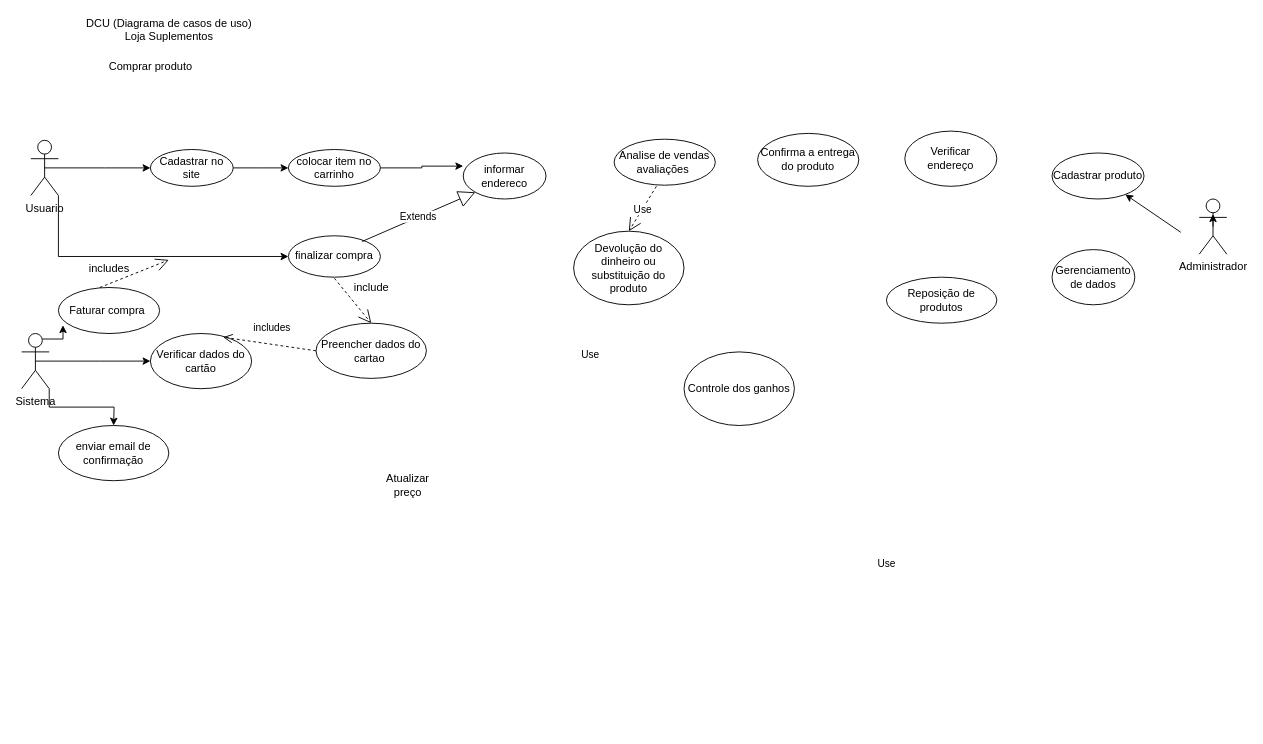
Before: Documentação/dcu.drawio in rafaeltieppo/RVGSuplementos, a draw.io diagram. Source tidied: cells renumbered, new cells numbered last; positions are measured from the earlier drawing's top-left corner, leaving out a move shared by most shapes. Both pictures are drawn from the tidied source at 92%, with x=0, y=0 at pixel (21, 16).
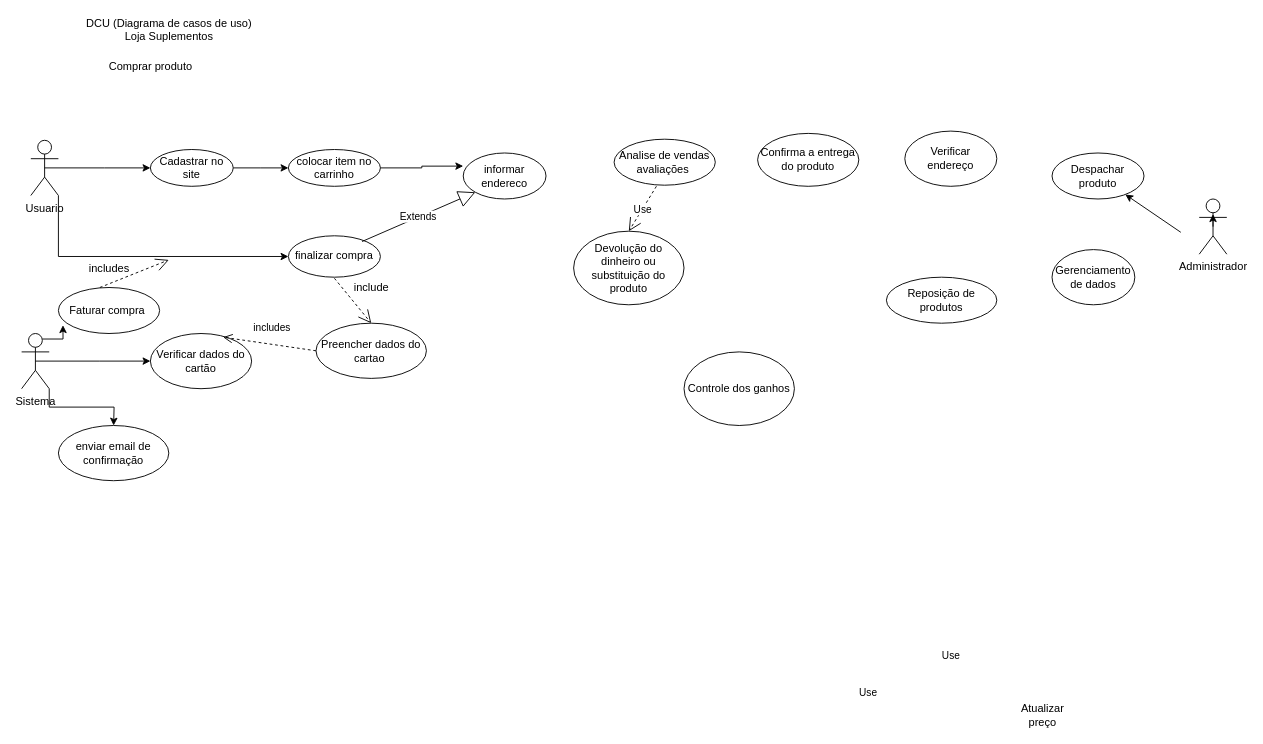
After the change.

The change refers to these unchanged cells:
```xml
<mxCell id="17" value="Preencher dados do cartao&amp;nbsp;" style="ellipse;whiteSpace=wrap;html=1;" parent="1" vertex="1">
  <mxGeometry x="320" y="333.8" width="120" height="60" as="geometry" />
</mxCell>
```

Change to the diagram source:
```diff
@@
     <mxCell id="21" value="Use" style="endArrow=open;endSize=12;dashed=1;html=1;rounded=0;" parent="1" edge="1">
-      <mxGeometry x="1" y="-847" relative="1" as="geometry">
+      <mxGeometry x="1" y="-894" relative="1" as="geometry">
         <mxPoint x="85" y="295" as="sourcePoint" />
         <mxPoint x="160" y="265" as="targetPoint" />
-        <mxPoint x="465" y="-456" as="offset" />
+        <mxPoint x="428" y="-360" as="offset" />
       </mxGeometry>
     </mxCell>
@@
     <mxCell id="23" value="Use" style="endArrow=open;endSize=12;dashed=1;html=1;rounded=0;entryX=0.5;entryY=0;entryDx=0;entryDy=0;" parent="1" edge="1" target="17">
-      <mxGeometry x="1" y="-707" relative="1" as="geometry">
+      <mxGeometry x="1" y="726" relative="1" as="geometry">
         <mxPoint x="340" y="285" as="sourcePoint" />
         <Array as="points">
           <mxPoint x="340" y="285" />
         </Array>
-        <mxPoint x="785" y="-414" as="offset" />
+        <mxPoint x="69" y="822" as="offset" />
       </mxGeometry>
     </mxCell>
@@
     <mxCell id="26" value="Atualizar preço" style="text;html=1;strokeColor=none;fillColor=none;align=center;verticalAlign=middle;whiteSpace=wrap;rounded=0;" parent="1" vertex="1">
-      <mxGeometry x="390" y="495" width="60" height="30" as="geometry" />
+      <mxGeometry x="1080" y="745" width="60" height="30" as="geometry" />
     </mxCell>
@@
-    <mxCell id="28" value="Cadastrar produto" style="ellipse;whiteSpace=wrap;html=1;" parent="1" vertex="1">
+    <mxCell id="28" value="Despachar produto" style="ellipse;whiteSpace=wrap;html=1;" parent="1" vertex="1">
       <mxGeometry x="1120" y="148.8" width="100" height="50" as="geometry" />
     </mxCell>
```
